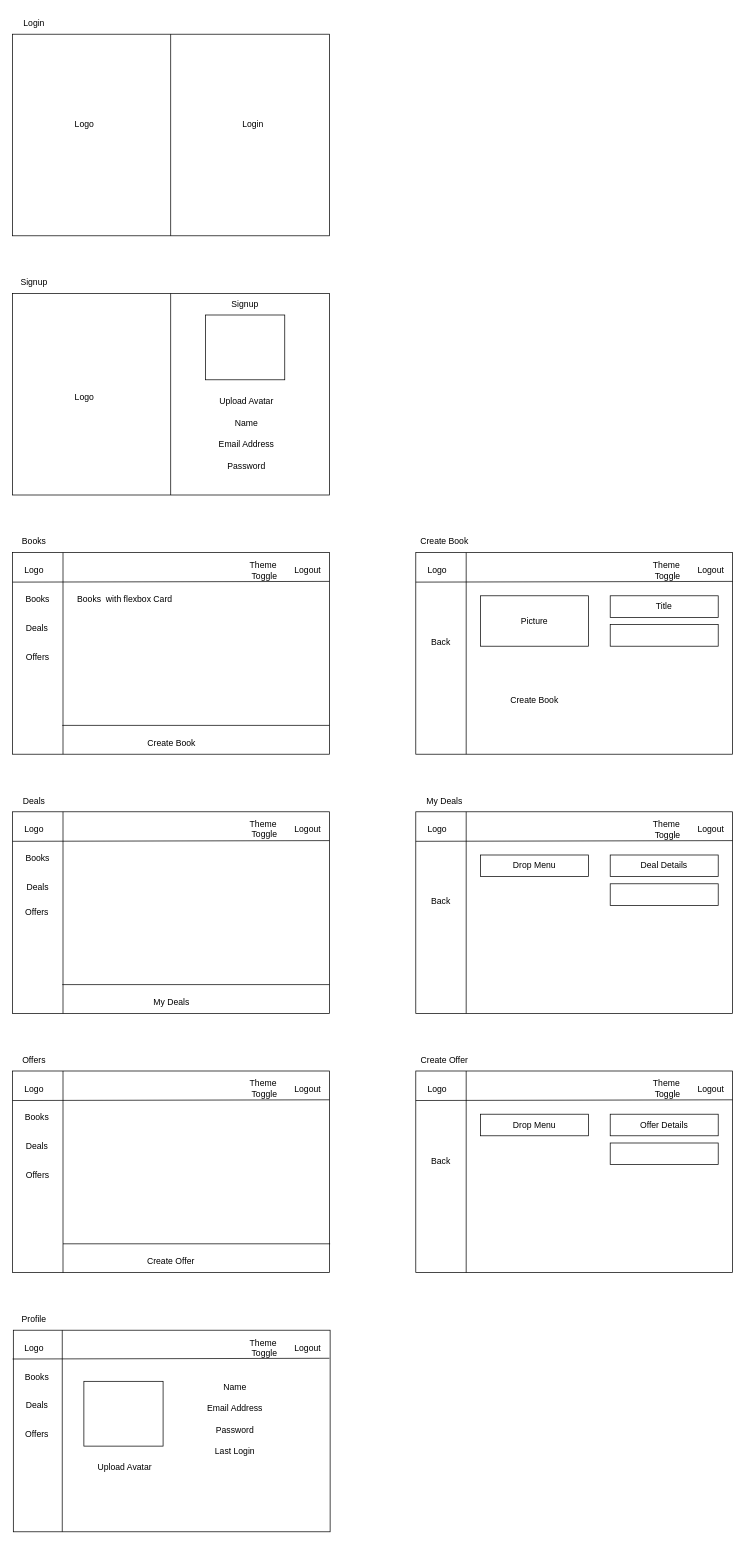
Earlier version of the draw.io diagram Designs/Wireframes/Untitled Diagram.drawio (MUHAMMADFARHAN1/Buchtausch). Source tidied: cells renumbered, new cells numbered last; positions are measured from the earlier drawing's top-left corner, leaving out a move shared by most shapes. Both pictures are drawn from the tidied source at 72%, with x=0, y=0 at pixel (12, 12).
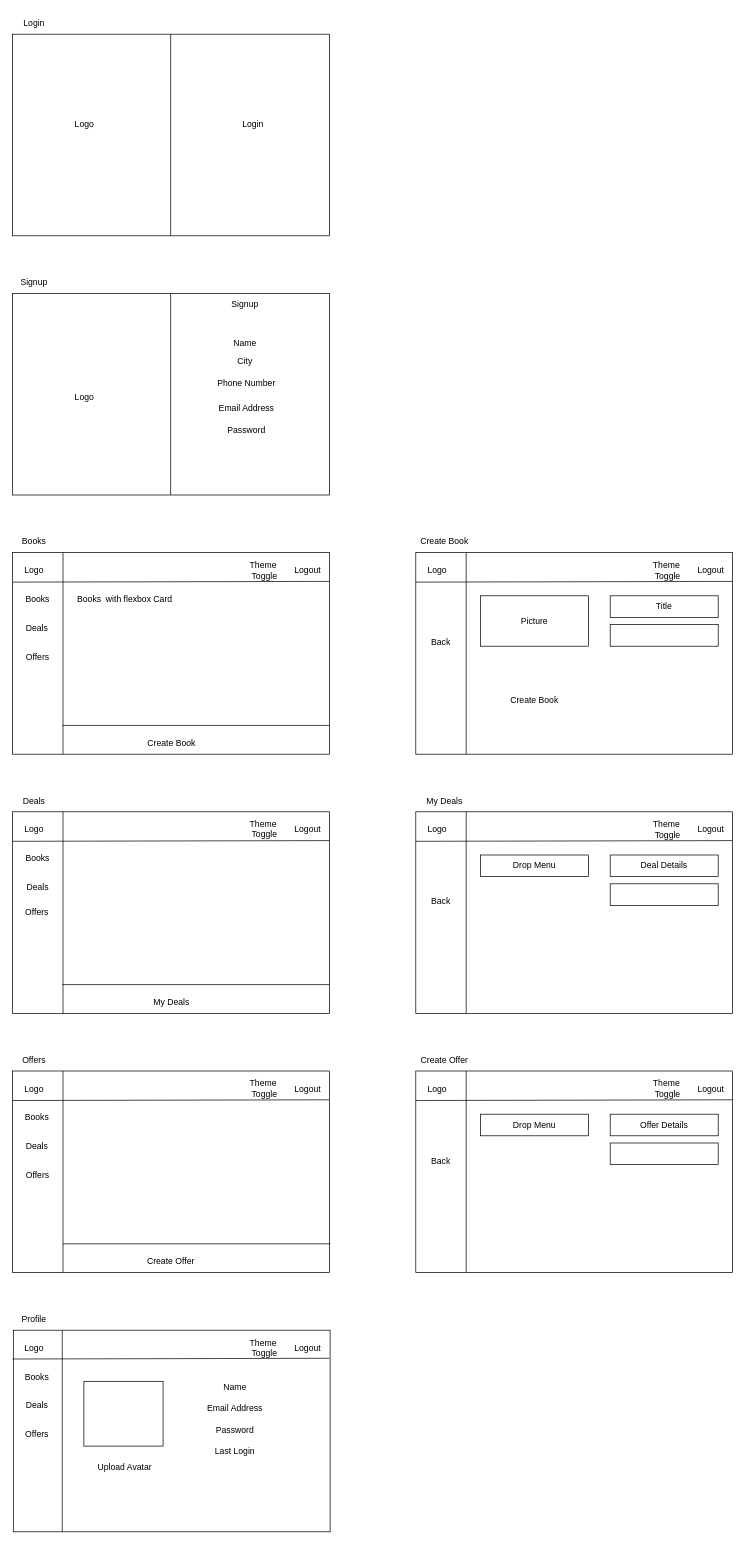
The same diagram, later.

Change to the diagram source:
```diff
@@
-    <mxCell id="99" style="rounded=0;whiteSpace=wrap;html=1;" parent="1" vertex="1">
-      <mxGeometry x="268" y="420" width="110" height="90" as="geometry" />
-    </mxCell>
-    <mxCell id="100" value="Upload Avatar" style="text;html=1;align=center;verticalAlign=middle;whiteSpace=wrap;rounded=0;" parent="1" vertex="1">
-      <mxGeometry x="270" y="525" width="110" height="30" as="geometry" />
-    </mxCell>
     <mxCell id="101" value="Name" style="text;html=1;align=center;verticalAlign=middle;whiteSpace=wrap;rounded=0;" parent="1" vertex="1">
-      <mxGeometry x="270" y="555" width="110" height="30" as="geometry" />
+      <mxGeometry x="268" y="445" width="110" height="30" as="geometry" />
     </mxCell>
     <mxCell id="102" value="Email Address" style="text;html=1;align=center;verticalAlign=middle;whiteSpace=wrap;rounded=0;" parent="1" vertex="1">
-      <mxGeometry x="270" y="585" width="110" height="30" as="geometry" />
+      <mxGeometry x="270" y="535" width="110" height="30" as="geometry" />
     </mxCell>
     <mxCell id="103" value="Password" style="text;html=1;align=center;verticalAlign=middle;whiteSpace=wrap;rounded=0;" parent="1" vertex="1">
-      <mxGeometry x="270" y="615" width="110" height="30" as="geometry" />
+      <mxGeometry x="270" y="565" width="110" height="30" as="geometry" />
     </mxCell>
+    <mxCell id="104" value="Phone Number" style="text;html=1;align=center;verticalAlign=middle;whiteSpace=wrap;rounded=0;" parent="1" vertex="1">
+      <mxGeometry x="270" y="500" width="110" height="30" as="geometry" />
+    </mxCell>
+    <mxCell id="105" value="City" style="text;html=1;align=center;verticalAlign=middle;whiteSpace=wrap;rounded=0;" parent="1" vertex="1">
+      <mxGeometry x="268" y="470" width="110" height="30" as="geometry" />
+    </mxCell>
```
